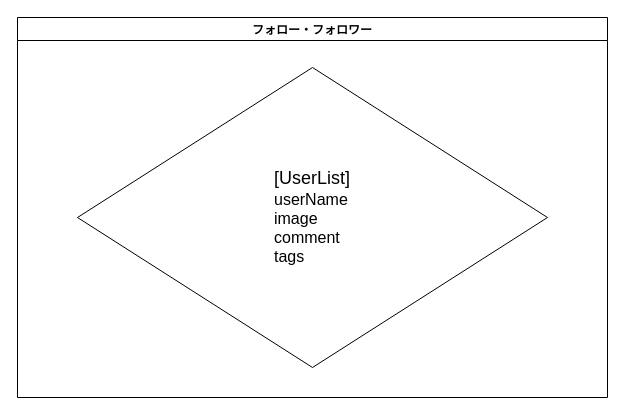
The draw.io diagram page "フォロー, フォロワー画面" (5 of 8) of Designs/要件定義.drawio in yusuke-rakus/Qiish, before the edit. Source tidied: cells renumbered, new cells numbered last; positions are measured from the earlier drawing's top-left corner, leaving out a move shared by most shapes. Both pictures are drawn from the tidied source at 100%, with x=0, y=0 at pixel (17, 17).
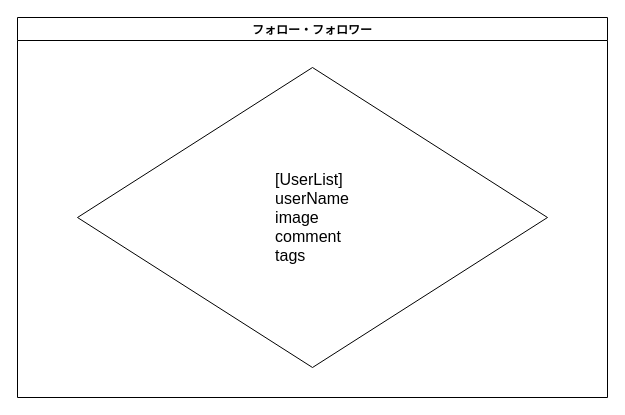
Above is the later version.

Change to the diagram source:
```diff
@@
 <mxGraphModel>
   <root>
     <mxCell id="0" />
     <mxCell id="1" parent="0" />
     <mxCell id="2" value="フォロー・フォロワー" style="swimlane;" parent="1" vertex="1">
       <mxGeometry width="590" height="380" as="geometry" />
     </mxCell>
-    <mxCell id="3" value="&lt;div style=&quot;text-align: justify&quot;&gt;&lt;font style=&quot;font-size: 18px&quot;&gt;&lt;span&gt;[UserList]&lt;/span&gt;&lt;br&gt;&lt;/font&gt;&lt;/div&gt;&lt;div style=&quot;text-align: justify&quot;&gt;&lt;font size=&quot;3&quot;&gt;userName&lt;/font&gt;&lt;/div&gt;&lt;div style=&quot;text-align: justify&quot;&gt;&lt;font size=&quot;3&quot;&gt;image&lt;/font&gt;&lt;/div&gt;&lt;div style=&quot;text-align: justify&quot;&gt;&lt;font size=&quot;3&quot;&gt;comment&lt;/font&gt;&lt;/div&gt;&lt;div style=&quot;text-align: justify&quot;&gt;&lt;font size=&quot;3&quot;&gt;tags&lt;/font&gt;&lt;/div&gt;" style="rhombus;whiteSpace=wrap;html=1;" parent="2" vertex="1">
+    <mxCell id="3" value="&lt;div style=&quot;text-align: justify&quot;&gt;&lt;font style=&quot;font-size: 16px&quot;&gt;[UserList]&lt;br&gt;&lt;/font&gt;&lt;/div&gt;&lt;div style=&quot;text-align: justify&quot;&gt;&lt;font size=&quot;3&quot;&gt;userName&lt;/font&gt;&lt;/div&gt;&lt;div style=&quot;text-align: justify&quot;&gt;&lt;font size=&quot;3&quot;&gt;image&lt;/font&gt;&lt;/div&gt;&lt;div style=&quot;text-align: justify&quot;&gt;&lt;font size=&quot;3&quot;&gt;comment&lt;/font&gt;&lt;/div&gt;&lt;div style=&quot;text-align: justify&quot;&gt;&lt;font size=&quot;3&quot;&gt;tags&lt;/font&gt;&lt;/div&gt;" style="rhombus;whiteSpace=wrap;html=1;" parent="2" vertex="1">
       <mxGeometry x="60" y="50" width="470" height="300" as="geometry" />
     </mxCell>
   </root>
 </mxGraphModel>
```
